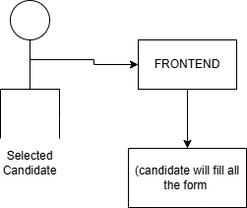
This is Untitled Diagram.drawio.png from Interns-Nobis/Backend, a draw.io export, as it was before one commit. Source tidied: cells renumbered, new cells last; positions are measured from the earlier drawing's top-left corner, leaving out a move shared by most shapes. The source it was exported from:
```xml
<mxGraphModel>
  <root>
    <mxCell id="0" />
    <mxCell id="1" parent="0" />
    <mxCell id="2" style="edgeStyle=orthogonalEdgeStyle;rounded=0;jettySize=auto;html=1;exitX=0.5;exitY=1;exitDx=0;exitDy=0;endArrow=none;endFill=0;" parent="1" edge="1" source="4">
      <mxGeometry relative="1" as="geometry">
        <mxPoint x="30" y="90" as="targetPoint" />
      </mxGeometry>
    </mxCell>
    <mxCell id="3" style="edgeStyle=orthogonalEdgeStyle;rounded=0;jettySize=auto;html=1;entryX=0;entryY=0.5;entryDx=0;entryDy=0;" parent="1" edge="1" source="4" target="11">
      <mxGeometry relative="1" as="geometry">
        <Array as="points">
          <mxPoint x="30" y="60" />
          <mxPoint x="95" y="60" />
          <mxPoint x="95" y="65" />
        </Array>
      </mxGeometry>
    </mxCell>
    <mxCell id="4" style="ellipse;whiteSpace=wrap;html=1;" parent="1" vertex="1">
      <mxGeometry x="10" width="40" height="40" as="geometry" />
    </mxCell>
    <mxCell id="5" style="edgeStyle=orthogonalEdgeStyle;rounded=0;jettySize=auto;html=1;exitX=0.5;exitY=1;exitDx=0;exitDy=0;endArrow=none;endFill=0;" parent="1" edge="1" source="4">
      <mxGeometry relative="1" as="geometry">
        <mxPoint y="140" as="targetPoint" />
      </mxGeometry>
    </mxCell>
    <mxCell id="6" style="endArrow=none;html=1;rounded=0;" parent="1" edge="1">
      <mxGeometry relative="1" as="geometry">
        <mxPoint x="60" y="90" as="sourcePoint" />
        <mxPoint x="30" y="90" as="targetPoint" />
      </mxGeometry>
    </mxCell>
    <mxCell id="7" style="endArrow=none;html=1;rounded=0;" parent="1" edge="1">
      <mxGeometry relative="1" as="geometry">
        <mxPoint x="60" y="90" as="sourcePoint" />
        <mxPoint x="30" y="90" as="targetPoint" />
      </mxGeometry>
    </mxCell>
    <mxCell id="8" style="endArrow=none;html=1;rounded=0;" parent="1" edge="1">
      <mxGeometry relative="1" as="geometry">
        <mxPoint x="60" y="140" as="sourcePoint" />
        <mxPoint x="60" y="90" as="targetPoint" />
        <Array as="points">
          <mxPoint x="60" y="120" />
        </Array>
      </mxGeometry>
    </mxCell>
    <mxCell id="9" value="Selected&lt;br&gt;Candidate" style="text;html=1;whiteSpace=wrap;strokeColor=none;fillColor=none;align=center;verticalAlign=middle;rounded=0;" parent="1" vertex="1">
      <mxGeometry y="150" width="60" height="30" as="geometry" />
    </mxCell>
    <mxCell id="10" style="edgeStyle=orthogonalEdgeStyle;rounded=0;jettySize=auto;html=1;" parent="1" edge="1" source="11" target="12">
      <mxGeometry relative="1" as="geometry" />
    </mxCell>
    <mxCell id="11" value="FRONTEND" style="rounded=0;whiteSpace=wrap;html=1;" parent="1" vertex="1">
      <mxGeometry x="140" y="40" width="100" height="50" as="geometry" />
    </mxCell>
    <mxCell id="12" value="(candidate will fill all the form&amp;nbsp;" style="rounded=0;whiteSpace=wrap;html=1;" parent="1" vertex="1">
      <mxGeometry x="130" y="150" width="120" height="60" as="geometry" />
    </mxCell>
  </root>
</mxGraphModel>
```
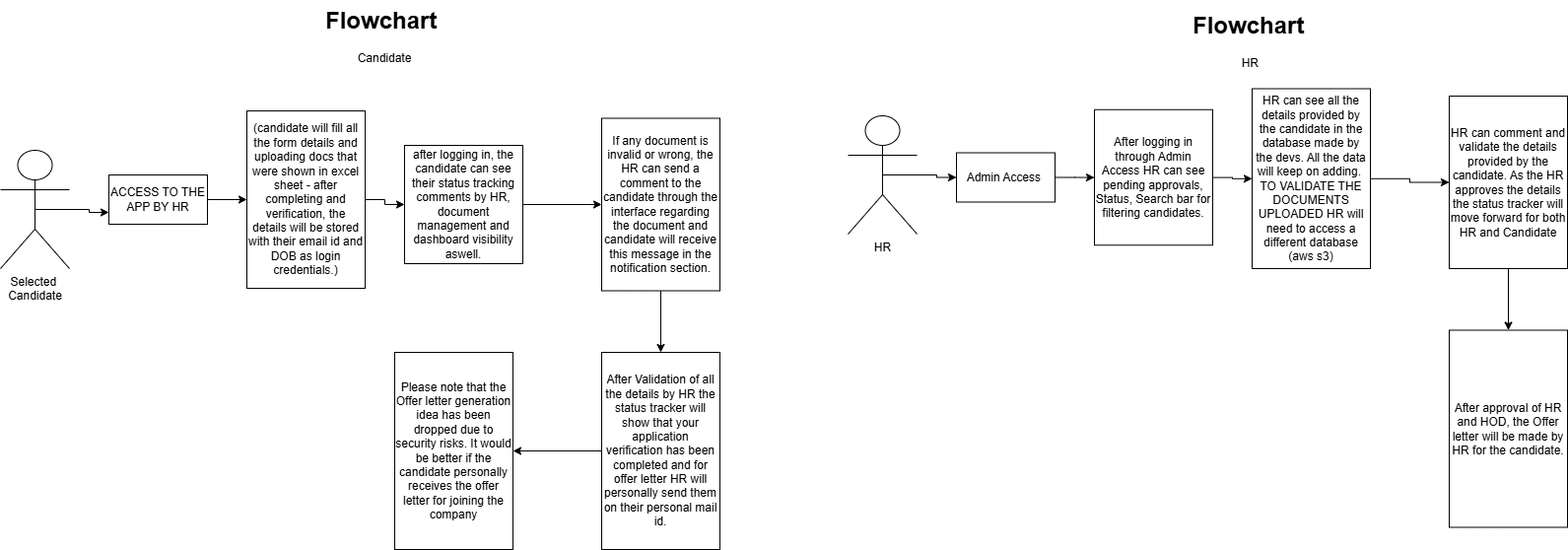
Above is the later version.

The edit, as a diff of the source:
```diff
@@ -2,60 +2,85 @@
   <root>
     <mxCell id="0" />
     <mxCell id="1" parent="0" />
-    <mxCell id="2" style="edgeStyle=orthogonalEdgeStyle;rounded=0;jettySize=auto;html=1;exitX=0.5;exitY=1;exitDx=0;exitDy=0;endArrow=none;endFill=0;" parent="1" edge="1" source="4">
-      <mxGeometry relative="1" as="geometry">
-        <mxPoint x="30" y="90" as="targetPoint" />
-      </mxGeometry>
-    </mxCell>
-    <mxCell id="3" style="edgeStyle=orthogonalEdgeStyle;rounded=0;jettySize=auto;html=1;entryX=0;entryY=0.5;entryDx=0;entryDy=0;" parent="1" edge="1" source="4" target="11">
-      <mxGeometry relative="1" as="geometry">
-        <Array as="points">
-          <mxPoint x="30" y="60" />
-          <mxPoint x="95" y="60" />
-          <mxPoint x="95" y="65" />
-        </Array>
-      </mxGeometry>
-    </mxCell>
-    <mxCell id="4" style="ellipse;whiteSpace=wrap;html=1;" parent="1" vertex="1">
-      <mxGeometry x="10" width="40" height="40" as="geometry" />
-    </mxCell>
-    <mxCell id="5" style="edgeStyle=orthogonalEdgeStyle;rounded=0;jettySize=auto;html=1;exitX=0.5;exitY=1;exitDx=0;exitDy=0;endArrow=none;endFill=0;" parent="1" edge="1" source="4">
-      <mxGeometry relative="1" as="geometry">
-        <mxPoint y="140" as="targetPoint" />
-      </mxGeometry>
-    </mxCell>
-    <mxCell id="6" style="endArrow=none;html=1;rounded=0;" parent="1" edge="1">
-      <mxGeometry relative="1" as="geometry">
-        <mxPoint x="60" y="90" as="sourcePoint" />
-        <mxPoint x="30" y="90" as="targetPoint" />
-      </mxGeometry>
-    </mxCell>
-    <mxCell id="7" style="endArrow=none;html=1;rounded=0;" parent="1" edge="1">
-      <mxGeometry relative="1" as="geometry">
-        <mxPoint x="60" y="90" as="sourcePoint" />
-        <mxPoint x="30" y="90" as="targetPoint" />
-      </mxGeometry>
-    </mxCell>
-    <mxCell id="8" style="endArrow=none;html=1;rounded=0;" parent="1" edge="1">
-      <mxGeometry relative="1" as="geometry">
-        <mxPoint x="60" y="140" as="sourcePoint" />
-        <mxPoint x="60" y="90" as="targetPoint" />
-        <Array as="points">
-          <mxPoint x="60" y="120" />
-        </Array>
-      </mxGeometry>
-    </mxCell>
-    <mxCell id="9" value="Selected&lt;br&gt;Candidate" style="text;html=1;whiteSpace=wrap;strokeColor=none;fillColor=none;align=center;verticalAlign=middle;rounded=0;" parent="1" vertex="1">
-      <mxGeometry y="150" width="60" height="30" as="geometry" />
-    </mxCell>
     <mxCell id="10" style="edgeStyle=orthogonalEdgeStyle;rounded=0;jettySize=auto;html=1;" parent="1" edge="1" source="11" target="12">
       <mxGeometry relative="1" as="geometry" />
     </mxCell>
-    <mxCell id="11" value="FRONTEND" style="rounded=0;whiteSpace=wrap;html=1;" parent="1" vertex="1">
-      <mxGeometry x="140" y="40" width="100" height="50" as="geometry" />
+    <mxCell id="11" value="ACCESS TO THE APP BY HR" style="rounded=0;whiteSpace=wrap;html=1;" parent="1" vertex="1">
+      <mxGeometry x="80" y="30" width="100" height="50" as="geometry" />
     </mxCell>
+    <mxCell id="13" style="edgeStyle=orthogonalEdgeStyle;rounded=0;jettySize=auto;html=1;" parent="1" edge="1" source="12" target="15">
+      <mxGeometry relative="1" as="geometry" />
+    </mxCell>
-    <mxCell id="12" value="(candidate will fill all the form&amp;nbsp;" style="rounded=0;whiteSpace=wrap;html=1;" parent="1" vertex="1">
-      <mxGeometry x="130" y="150" width="120" height="60" as="geometry" />
+    <mxCell id="12" value="(candidate will fill all the form details and uploading docs that were shown in excel sheet - after completing and verification, the details will be stored with their email id and DOB as login credentials.)" style="rounded=0;whiteSpace=wrap;html=1;" parent="1" vertex="1">
+      <mxGeometry x="220" y="-35" width="120" height="180" as="geometry" />
     </mxCell>
+    <mxCell id="14" style="edgeStyle=orthogonalEdgeStyle;rounded=0;jettySize=auto;html=1;entryX=0;entryY=0.5;entryDx=0;entryDy=0;" parent="1" edge="1" source="15" target="18">
+      <mxGeometry relative="1" as="geometry" />
+    </mxCell>
+    <mxCell id="15" value="after logging in, the candidate can see their status tracking comments by HR, document management and dashboard visibility aswell." style="rounded=0;whiteSpace=wrap;html=1;" parent="1" vertex="1">
+      <mxGeometry x="380" width="120" height="120" as="geometry" />
+    </mxCell>
+    <mxCell id="16" value="&lt;h1 style=&quot;margin-top: 0px;&quot;&gt;Flowchart&amp;nbsp;&lt;/h1&gt;&lt;p&gt;Candidate&lt;/p&gt;" style="text;html=1;whiteSpace=wrap;overflow=hidden;rounded=0;align=center;" parent="1" vertex="1">
+      <mxGeometry x="270" y="-147.5" width="180" height="120" as="geometry" />
+    </mxCell>
+    <mxCell id="17" style="edgeStyle=orthogonalEdgeStyle;rounded=0;jettySize=auto;html=1;" parent="1" edge="1" source="18" target="20">
+      <mxGeometry relative="1" as="geometry" />
+    </mxCell>
+    <mxCell id="18" value="If any document is invalid or wrong, the HR can send a comment to the candidate through the interface regarding the document and candidate will receive this message in the notification section." style="rounded=0;whiteSpace=wrap;html=1;" parent="1" vertex="1">
+      <mxGeometry x="580" y="-27.5" width="120" height="175" as="geometry" />
+    </mxCell>
+    <mxCell id="19" style="edgeStyle=orthogonalEdgeStyle;rounded=0;jettySize=auto;html=1;entryX=1;entryY=0.5;entryDx=0;entryDy=0;" parent="1" edge="1" source="20" target="21">
+      <mxGeometry relative="1" as="geometry" />
+    </mxCell>
+    <mxCell id="20" value="After Validation of all the details by HR the status tracker will show that your application verification has been completed and for offer letter HR will personally send them on their personal mail id." style="rounded=0;whiteSpace=wrap;html=1;" parent="1" vertex="1">
+      <mxGeometry x="580" y="210" width="120" height="200" as="geometry" />
+    </mxCell>
+    <mxCell id="21" value="Please note that the Offer letter generation idea has been dropped due to security risks. It would be better if the candidate personally receives the offer letter for joining the company" style="rounded=0;whiteSpace=wrap;html=1;" parent="1" vertex="1">
+      <mxGeometry x="370" y="210" width="120" height="200" as="geometry" />
+    </mxCell>
+    <mxCell id="22" style="edgeStyle=orthogonalEdgeStyle;rounded=0;jettySize=auto;html=1;" parent="1" edge="1" source="23" target="25">
+      <mxGeometry relative="1" as="geometry" />
+    </mxCell>
+    <mxCell id="23" value="Admin Access&amp;nbsp;" style="rounded=0;whiteSpace=wrap;html=1;" parent="1" vertex="1">
+      <mxGeometry x="940" y="7.5" width="100" height="50" as="geometry" />
+    </mxCell>
+    <mxCell id="24" style="edgeStyle=orthogonalEdgeStyle;rounded=0;jettySize=auto;html=1;" parent="1" edge="1" source="25" target="27">
+      <mxGeometry relative="1" as="geometry" />
+    </mxCell>
+    <mxCell id="25" value="After logging in through Admin Access HR can see pending approvals, Status, Search bar for filtering candidates." style="rounded=0;whiteSpace=wrap;html=1;" parent="1" vertex="1">
+      <mxGeometry x="1080" y="-36.2" width="120" height="137.5" as="geometry" />
+    </mxCell>
+    <mxCell id="26" style="edgeStyle=orthogonalEdgeStyle;rounded=0;jettySize=auto;html=1;entryX=0;entryY=0.5;entryDx=0;entryDy=0;" parent="1" edge="1" source="27" target="29">
+      <mxGeometry relative="1" as="geometry" />
+    </mxCell>
+    <mxCell id="27" value="HR can see all the details provided by the candidate in the database made by the devs. All the data will keep on adding.&amp;nbsp;&lt;div&gt;TO VALIDATE THE DOCUMENTS UPLOADED HR will need to access a different database (aws s3)&lt;/div&gt;" style="rounded=0;whiteSpace=wrap;html=1;" parent="1" vertex="1">
+      <mxGeometry x="1240" y="-57.5" width="120" height="182.5" as="geometry" />
+    </mxCell>
+    <mxCell id="28" style="edgeStyle=orthogonalEdgeStyle;rounded=0;jettySize=auto;html=1;" parent="1" edge="1" source="29" target="30">
+      <mxGeometry relative="1" as="geometry" />
+    </mxCell>
+    <mxCell id="29" value="HR can comment and validate the details provided by the candidate. As the HR approves the details the status tracker will move forward for both HR and Candidate" style="rounded=0;whiteSpace=wrap;html=1;" parent="1" vertex="1">
+      <mxGeometry x="1440" y="-50" width="120" height="175" as="geometry" />
+    </mxCell>
+    <mxCell id="30" value="After approval of HR and HOD, the Offer letter will be made by HR for the candidate." style="rounded=0;whiteSpace=wrap;html=1;" parent="1" vertex="1">
+      <mxGeometry x="1440" y="187.5" width="120" height="200" as="geometry" />
+    </mxCell>
+    <mxCell id="31" value="&lt;h1 style=&quot;margin-top: 0px;&quot;&gt;Flowchart&amp;nbsp;&lt;/h1&gt;&lt;p&gt;HR&amp;nbsp;&lt;/p&gt;" style="text;html=1;whiteSpace=wrap;overflow=hidden;rounded=0;align=center;" parent="1" vertex="1">
+      <mxGeometry x="1150" y="-142.5" width="180" height="120" as="geometry" />
+    </mxCell>
+    <mxCell id="32" style="edgeStyle=orthogonalEdgeStyle;rounded=0;jettySize=auto;html=1;entryX=0;entryY=0.5;entryDx=0;entryDy=0;exitX=0.5;exitY=0.5;exitDx=0;exitDy=0;exitPerimeter=0;" parent="1" edge="1" source="33" target="23">
+      <mxGeometry relative="1" as="geometry" />
+    </mxCell>
+    <mxCell id="33" value="HR" style="shape=umlActor;verticalLabelPosition=bottom;verticalAlign=top;html=1;outlineConnect=0;" parent="1" vertex="1">
+      <mxGeometry x="830" y="-30" width="70" height="120" as="geometry" />
+    </mxCell>
+    <mxCell id="34" style="edgeStyle=orthogonalEdgeStyle;rounded=0;jettySize=auto;html=1;entryX=0;entryY=0.5;entryDx=0;entryDy=0;exitX=0.5;exitY=0.5;exitDx=0;exitDy=0;exitPerimeter=0;" parent="1" edge="1" source="9">
+      <mxGeometry relative="1" as="geometry">
+        <mxPoint x="80" y="68" as="targetPoint" />
+      </mxGeometry>
+    </mxCell>
+    <mxCell id="9" value="Selected&amp;nbsp;&lt;br&gt;Candidate" style="shape=umlActor;verticalLabelPosition=bottom;verticalAlign=top;html=1;outlineConnect=0;" parent="1" vertex="1">
+      <mxGeometry x="-30" y="5" width="70" height="120" as="geometry" />
+    </mxCell>
   </root>
 </mxGraphModel>
```
